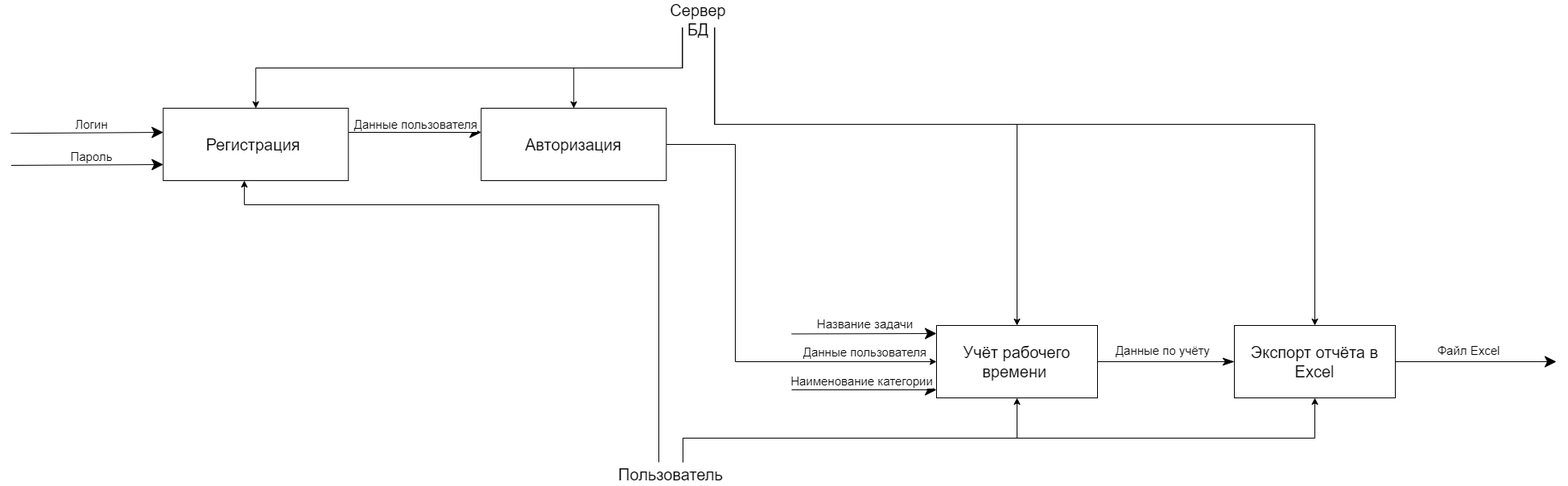
Before: Функциональная диаграмма.png, a diagram exported from draw.io (MgrDim/Time-tracking-app-project). Source tidied: cells renumbered, new cells last; positions are measured from the earlier drawing's top-left corner, leaving out a move shared by most shapes. The source it was exported from:
```xml
<mxGraphModel>
  <root>
    <mxCell id="0" />
    <mxCell id="1" parent="0" />
    <mxCell id="2" style="endArrow=classic;endFill=1;endSize=12;html=1;rounded=0;entryX=-0.003;entryY=0.388;entryDx=0;entryDy=0;entryPerimeter=0;" parent="1" edge="1">
      <mxGeometry relative="1" as="geometry">
        <mxPoint y="151.2" as="sourcePoint" />
        <mxPoint x="189.3" y="150" as="targetPoint" />
      </mxGeometry>
    </mxCell>
    <mxCell id="3" value="&lt;font style=&quot;font-size: 15px;&quot;&gt;Логин&lt;/font&gt;" style="edgeLabel;html=1;align=center;verticalAlign=middle;" parent="2" vertex="1">
      <mxGeometry x="0.06" y="5" relative="1" as="geometry">
        <mxPoint x="-1" y="-6" as="offset" />
      </mxGeometry>
    </mxCell>
    <mxCell id="4" style="endArrow=classic;endFill=1;endSize=12;html=1;rounded=0;entryX=-0.003;entryY=0.388;entryDx=0;entryDy=0;entryPerimeter=0;" parent="1" edge="1">
      <mxGeometry relative="1" as="geometry">
        <mxPoint x="0.3" y="191" as="sourcePoint" />
        <mxPoint x="189.3" y="190" as="targetPoint" />
      </mxGeometry>
    </mxCell>
    <mxCell id="5" value="&lt;font style=&quot;font-size: 15px;&quot;&gt;Пароль&lt;/font&gt;" style="edgeLabel;html=1;align=center;verticalAlign=middle;" parent="4" vertex="1">
      <mxGeometry x="-0.03" y="4" relative="1" as="geometry">
        <mxPoint x="7" y="-7" as="offset" />
      </mxGeometry>
    </mxCell>
    <mxCell id="6" style="edgeStyle=orthogonalEdgeStyle;rounded=0;jettySize=auto;html=1;exitX=1;exitY=0.5;exitDx=0;exitDy=0;entryX=0;entryY=0.5;entryDx=0;entryDy=0;" parent="1" edge="1" source="8" target="11">
      <mxGeometry relative="1" as="geometry">
        <Array as="points">
          <mxPoint x="900" y="165" />
          <mxPoint x="900" y="435" />
        </Array>
      </mxGeometry>
    </mxCell>
    <mxCell id="7" value="&lt;font style=&quot;font-size: 15px;&quot;&gt;Данные пользователя&lt;/font&gt;" style="edgeLabel;html=1;align=center;verticalAlign=middle;" parent="6" vertex="1">
      <mxGeometry x="0.71" relative="1" as="geometry">
        <mxPoint x="-1" y="-13" as="offset" />
      </mxGeometry>
    </mxCell>
    <mxCell id="8" value="&lt;font style=&quot;font-size: 20px;&quot;&gt;Авторизация&lt;/font&gt;" style="html=1;whiteSpace=wrap;" parent="1" vertex="1">
      <mxGeometry x="584.3" y="120" width="230" height="90" as="geometry" />
    </mxCell>
    <mxCell id="9" style="endArrow=classic;endFill=1;endSize=12;html=1;rounded=0;entryX=0;entryY=0.5;entryDx=0;entryDy=0;exitX=1;exitY=0.5;exitDx=0;exitDy=0;" parent="1" edge="1">
      <mxGeometry relative="1" as="geometry">
        <mxPoint x="419.3" y="150" as="sourcePoint" />
        <mxPoint x="584.3" y="150" as="targetPoint" />
      </mxGeometry>
    </mxCell>
    <mxCell id="10" value="&lt;font style=&quot;font-size: 15px;&quot;&gt;Данные пользователя&lt;/font&gt;" style="edgeLabel;html=1;align=center;verticalAlign=middle;" parent="9" vertex="1">
      <mxGeometry x="-0.25" y="-1" relative="1" as="geometry">
        <mxPoint x="21" y="-12" as="offset" />
      </mxGeometry>
    </mxCell>
    <mxCell id="11" value="&lt;font style=&quot;font-size: 20px;&quot;&gt;Учёт рабочего времени&amp;nbsp;&lt;/font&gt;" style="html=1;whiteSpace=wrap;" parent="1" vertex="1">
      <mxGeometry x="1150" y="390" width="200" height="90" as="geometry" />
    </mxCell>
    <mxCell id="12" style="endArrow=classic;endFill=1;endSize=12;html=1;rounded=0;entryX=0;entryY=0.25;entryDx=0;entryDy=0;" parent="1" edge="1">
      <mxGeometry relative="1" as="geometry">
        <mxPoint x="970" y="400.5" as="sourcePoint" />
        <mxPoint x="1150" y="400" as="targetPoint" />
      </mxGeometry>
    </mxCell>
    <mxCell id="13" value="&lt;font style=&quot;font-size: 15px;&quot;&gt;Название задачи&lt;/font&gt;" style="edgeLabel;html=1;align=center;verticalAlign=middle;" parent="12" vertex="1">
      <mxGeometry x="-0.41" y="-3" relative="1" as="geometry">
        <mxPoint x="37" y="-16" as="offset" />
      </mxGeometry>
    </mxCell>
    <mxCell id="14" style="endArrow=classic;endFill=1;endSize=12;html=1;rounded=0;entryX=0;entryY=0.5;entryDx=0;entryDy=0;" parent="1" edge="1">
      <mxGeometry relative="1" as="geometry">
        <mxPoint x="970" y="470" as="sourcePoint" />
        <mxPoint x="1150" y="470" as="targetPoint" />
      </mxGeometry>
    </mxCell>
    <mxCell id="15" value="&lt;font style=&quot;font-size: 15px;&quot;&gt;Наименование категории&lt;/font&gt;" style="edgeLabel;html=1;align=center;verticalAlign=middle;" parent="14" vertex="1">
      <mxGeometry x="-0.14" y="-1" relative="1" as="geometry">
        <mxPoint x="9" y="-13" as="offset" />
      </mxGeometry>
    </mxCell>
    <mxCell id="16" style="endArrow=classicThin;endFill=1;endSize=12;html=1;rounded=0;exitX=1;exitY=0.5;exitDx=0;exitDy=0;entryX=0;entryY=0.5;entryDx=0;entryDy=0;" parent="1" edge="1" source="11" target="18">
      <mxGeometry relative="1" as="geometry" />
    </mxCell>
    <mxCell id="17" value="&lt;font style=&quot;font-size: 15px;&quot;&gt;Данные по учёту&lt;/font&gt;" style="edgeLabel;html=1;align=center;verticalAlign=middle;" parent="16" vertex="1">
      <mxGeometry x="-0.34" relative="1" as="geometry">
        <mxPoint x="24" y="-15" as="offset" />
      </mxGeometry>
    </mxCell>
    <mxCell id="18" value="&lt;font style=&quot;font-size: 20px;&quot;&gt;Экспорт отчёта в Excel&lt;/font&gt;" style="html=1;whiteSpace=wrap;" parent="1" vertex="1">
      <mxGeometry x="1520" y="390" width="200" height="90" as="geometry" />
    </mxCell>
    <mxCell id="19" style="endArrow=classic;endFill=1;endSize=12;html=1;rounded=0;exitX=1;exitY=0.5;exitDx=0;exitDy=0;" parent="1" edge="1" source="18">
      <mxGeometry relative="1" as="geometry">
        <mxPoint x="1920" y="435" as="targetPoint" />
      </mxGeometry>
    </mxCell>
    <mxCell id="20" value="&lt;font style=&quot;font-size: 15px;&quot;&gt;Файл Excel&lt;/font&gt;" style="edgeLabel;html=1;align=center;verticalAlign=middle;" parent="19" vertex="1">
      <mxGeometry x="-0.09" relative="1" as="geometry">
        <mxPoint x="-1" y="-15" as="offset" />
      </mxGeometry>
    </mxCell>
    <mxCell id="21" value="&lt;font style=&quot;font-size: 20px;&quot;&gt;Регистрация&amp;nbsp;&lt;/font&gt;" style="html=1;whiteSpace=wrap;" parent="1" vertex="1">
      <mxGeometry x="189.3" y="120" width="230" height="90" as="geometry" />
    </mxCell>
    <mxCell id="22" style="edgeStyle=orthogonalEdgeStyle;rounded=0;jettySize=auto;html=1;entryX=0.5;entryY=0;entryDx=0;entryDy=0;exitX=0.25;exitY=1;exitDx=0;exitDy=0;" parent="1" edge="1" source="26" target="21">
      <mxGeometry relative="1" as="geometry" />
    </mxCell>
    <mxCell id="23" style="edgeStyle=orthogonalEdgeStyle;rounded=0;jettySize=auto;html=1;exitX=0.25;exitY=1;exitDx=0;exitDy=0;entryX=0.5;entryY=0;entryDx=0;entryDy=0;" parent="1" edge="1" source="26" target="8">
      <mxGeometry relative="1" as="geometry" />
    </mxCell>
    <mxCell id="24" style="edgeStyle=orthogonalEdgeStyle;rounded=0;jettySize=auto;html=1;exitX=0.75;exitY=1;exitDx=0;exitDy=0;entryX=0.5;entryY=0;entryDx=0;entryDy=0;" parent="1" edge="1" source="26" target="11">
      <mxGeometry relative="1" as="geometry">
        <Array as="points">
          <mxPoint x="874" y="140" />
          <mxPoint x="1250" y="140" />
        </Array>
      </mxGeometry>
    </mxCell>
    <mxCell id="25" style="edgeStyle=orthogonalEdgeStyle;rounded=0;jettySize=auto;html=1;exitX=0.75;exitY=1;exitDx=0;exitDy=0;entryX=0.5;entryY=0;entryDx=0;entryDy=0;" parent="1" edge="1" source="26" target="18">
      <mxGeometry relative="1" as="geometry">
        <Array as="points">
          <mxPoint x="874" y="140" />
          <mxPoint x="1620" y="140" />
        </Array>
      </mxGeometry>
    </mxCell>
    <mxCell id="26" value="&lt;font style=&quot;font-size: 20px;&quot;&gt;Сервер БД&lt;/font&gt;" style="text;html=1;strokeColor=none;fillColor=none;align=center;verticalAlign=middle;whiteSpace=wrap;rounded=0;" parent="1" vertex="1">
      <mxGeometry x="814.3" width="80" height="20" as="geometry" />
    </mxCell>
    <mxCell id="27" style="edgeStyle=orthogonalEdgeStyle;rounded=0;jettySize=auto;html=1;exitX=0.75;exitY=0;exitDx=0;exitDy=0;entryX=0.5;entryY=1;entryDx=0;entryDy=0;" parent="1" edge="1" source="29" target="11">
      <mxGeometry relative="1" as="geometry">
        <Array as="points">
          <mxPoint x="835" y="530" />
          <mxPoint x="1250" y="530" />
        </Array>
      </mxGeometry>
    </mxCell>
    <mxCell id="28" style="edgeStyle=orthogonalEdgeStyle;rounded=0;jettySize=auto;html=1;exitX=0.75;exitY=0;exitDx=0;exitDy=0;entryX=0.5;entryY=1;entryDx=0;entryDy=0;" parent="1" edge="1" source="29" target="18">
      <mxGeometry relative="1" as="geometry">
        <Array as="points">
          <mxPoint x="835" y="530" />
          <mxPoint x="1620" y="530" />
        </Array>
      </mxGeometry>
    </mxCell>
    <mxCell id="29" value="&lt;font style=&quot;font-size: 20px;&quot;&gt;Пользователь&lt;/font&gt;" style="text;html=1;strokeColor=none;fillColor=none;align=center;verticalAlign=middle;whiteSpace=wrap;rounded=0;" parent="1" vertex="1">
      <mxGeometry x="790" y="560" width="60" height="30" as="geometry" />
    </mxCell>
    <mxCell id="30" style="edgeStyle=orthogonalEdgeStyle;rounded=0;jettySize=auto;html=1;exitX=0.25;exitY=0;exitDx=0;exitDy=0;entryX=0.438;entryY=1;entryDx=0;entryDy=0;entryPerimeter=0;" parent="1" edge="1" source="29" target="21">
      <mxGeometry relative="1" as="geometry">
        <Array as="points">
          <mxPoint x="805" y="240" />
          <mxPoint x="290" y="240" />
        </Array>
      </mxGeometry>
    </mxCell>
  </root>
</mxGraphModel>
```
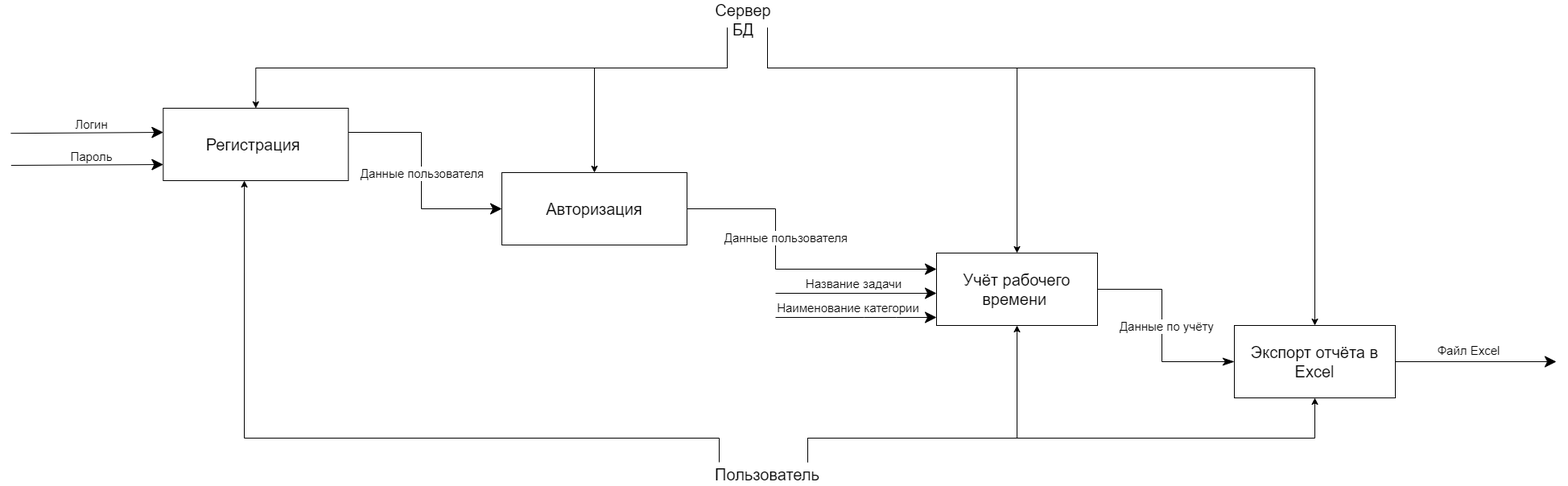
Above is the later version.

What changed in the source:
```diff
@@ -24,40 +24,30 @@
         <mxPoint x="7" y="-7" as="offset" />
       </mxGeometry>
     </mxCell>
-    <mxCell id="6" style="edgeStyle=orthogonalEdgeStyle;rounded=0;jettySize=auto;html=1;exitX=1;exitY=0.5;exitDx=0;exitDy=0;entryX=0;entryY=0.5;entryDx=0;entryDy=0;" parent="1" edge="1" source="8" target="11">
-      <mxGeometry relative="1" as="geometry">
-        <Array as="points">
-          <mxPoint x="900" y="165" />
-          <mxPoint x="900" y="435" />
-        </Array>
-      </mxGeometry>
-    </mxCell>
-    <mxCell id="7" value="&lt;font style=&quot;font-size: 15px;&quot;&gt;Данные пользователя&lt;/font&gt;" style="edgeLabel;html=1;align=center;verticalAlign=middle;" parent="6" vertex="1">
-      <mxGeometry x="0.71" relative="1" as="geometry">
-        <mxPoint x="-1" y="-13" as="offset" />
-      </mxGeometry>
-    </mxCell>
     <mxCell id="8" value="&lt;font style=&quot;font-size: 20px;&quot;&gt;Авторизация&lt;/font&gt;" style="html=1;whiteSpace=wrap;" parent="1" vertex="1">
-      <mxGeometry x="584.3" y="120" width="230" height="90" as="geometry" />
+      <mxGeometry x="610" y="200" width="230" height="90" as="geometry" />
     </mxCell>
-    <mxCell id="9" style="endArrow=classic;endFill=1;endSize=12;html=1;rounded=0;entryX=0;entryY=0.5;entryDx=0;entryDy=0;exitX=1;exitY=0.5;exitDx=0;exitDy=0;" parent="1" edge="1">
+    <mxCell id="9" style="endArrow=classic;endFill=1;endSize=12;html=1;rounded=0;exitX=1;exitY=0.5;exitDx=0;exitDy=0;entryX=0;entryY=0.5;entryDx=0;entryDy=0;" parent="1" edge="1" target="8">
       <mxGeometry relative="1" as="geometry">
         <mxPoint x="419.3" y="150" as="sourcePoint" />
-        <mxPoint x="584.3" y="150" as="targetPoint" />
+        <Array as="points">
+          <mxPoint x="510" y="150" />
+          <mxPoint x="510" y="245" />
+        </Array>
       </mxGeometry>
     </mxCell>
     <mxCell id="10" value="&lt;font style=&quot;font-size: 15px;&quot;&gt;Данные пользователя&lt;/font&gt;" style="edgeLabel;html=1;align=center;verticalAlign=middle;" parent="9" vertex="1">
       <mxGeometry x="-0.25" y="-1" relative="1" as="geometry">
-        <mxPoint x="21" y="-12" as="offset" />
+        <mxPoint x="1" y="34" as="offset" />
       </mxGeometry>
     </mxCell>
     <mxCell id="11" value="&lt;font style=&quot;font-size: 20px;&quot;&gt;Учёт рабочего времени&amp;nbsp;&lt;/font&gt;" style="html=1;whiteSpace=wrap;" parent="1" vertex="1">
-      <mxGeometry x="1150" y="390" width="200" height="90" as="geometry" />
+      <mxGeometry x="1150" y="300" width="200" height="90" as="geometry" />
     </mxCell>
     <mxCell id="12" style="endArrow=classic;endFill=1;endSize=12;html=1;rounded=0;entryX=0;entryY=0.25;entryDx=0;entryDy=0;" parent="1" edge="1">
       <mxGeometry relative="1" as="geometry">
-        <mxPoint x="970" y="400.5" as="sourcePoint" />
-        <mxPoint x="1150" y="400" as="targetPoint" />
+        <mxPoint x="950" y="350" as="sourcePoint" />
+        <mxPoint x="1150" y="350" as="targetPoint" />
       </mxGeometry>
     </mxCell>
     <mxCell id="13" value="&lt;font style=&quot;font-size: 15px;&quot;&gt;Название задачи&lt;/font&gt;" style="edgeLabel;html=1;align=center;verticalAlign=middle;" parent="12" vertex="1">
@@ -67,21 +57,30 @@
     </mxCell>
     <mxCell id="14" style="endArrow=classic;endFill=1;endSize=12;html=1;rounded=0;entryX=0;entryY=0.5;entryDx=0;entryDy=0;" parent="1" edge="1">
       <mxGeometry relative="1" as="geometry">
-        <mxPoint x="970" y="470" as="sourcePoint" />
-        <mxPoint x="1150" y="470" as="targetPoint" />
+        <mxPoint x="950" y="380" as="sourcePoint" />
+        <mxPoint x="1150" y="380" as="targetPoint" />
+        <Array as="points">
+          <mxPoint x="1060" y="380" />
+          <mxPoint x="1100" y="380" />
+        </Array>
       </mxGeometry>
     </mxCell>
     <mxCell id="15" value="&lt;font style=&quot;font-size: 15px;&quot;&gt;Наименование категории&lt;/font&gt;" style="edgeLabel;html=1;align=center;verticalAlign=middle;" parent="14" vertex="1">
       <mxGeometry x="-0.14" y="-1" relative="1" as="geometry">
-        <mxPoint x="9" y="-13" as="offset" />
+        <mxPoint x="3" y="-14" as="offset" />
       </mxGeometry>
     </mxCell>
     <mxCell id="16" style="endArrow=classicThin;endFill=1;endSize=12;html=1;rounded=0;exitX=1;exitY=0.5;exitDx=0;exitDy=0;entryX=0;entryY=0.5;entryDx=0;entryDy=0;" parent="1" edge="1" source="11" target="18">
-      <mxGeometry relative="1" as="geometry" />
+      <mxGeometry relative="1" as="geometry">
+        <Array as="points">
+          <mxPoint x="1430" y="345" />
+          <mxPoint x="1430" y="435" />
+        </Array>
+      </mxGeometry>
     </mxCell>
     <mxCell id="17" value="&lt;font style=&quot;font-size: 15px;&quot;&gt;Данные по учёту&lt;/font&gt;" style="edgeLabel;html=1;align=center;verticalAlign=middle;" parent="16" vertex="1">
       <mxGeometry x="-0.34" relative="1" as="geometry">
-        <mxPoint x="24" y="-15" as="offset" />
+        <mxPoint x="5" y="39" as="offset" />
       </mxGeometry>
     </mxCell>
     <mxCell id="18" value="&lt;font style=&quot;font-size: 20px;&quot;&gt;Экспорт отчёта в Excel&lt;/font&gt;" style="html=1;whiteSpace=wrap;" parent="1" vertex="1">
@@ -100,57 +99,95 @@
     <mxCell id="21" value="&lt;font style=&quot;font-size: 20px;&quot;&gt;Регистрация&amp;nbsp;&lt;/font&gt;" style="html=1;whiteSpace=wrap;" parent="1" vertex="1">
       <mxGeometry x="189.3" y="120" width="230" height="90" as="geometry" />
     </mxCell>
-    <mxCell id="22" style="edgeStyle=orthogonalEdgeStyle;rounded=0;jettySize=auto;html=1;entryX=0.5;entryY=0;entryDx=0;entryDy=0;exitX=0.25;exitY=1;exitDx=0;exitDy=0;" parent="1" edge="1" source="26" target="21">
-      <mxGeometry relative="1" as="geometry" />
+    <mxCell id="22" style="edgeStyle=orthogonalEdgeStyle;rounded=0;jettySize=auto;html=1;entryX=0.5;entryY=0;entryDx=0;entryDy=0;" parent="1" edge="1" target="21">
+      <mxGeometry relative="1" as="geometry">
+        <mxPoint x="890" y="20" as="sourcePoint" />
+        <Array as="points">
+          <mxPoint x="890" y="20" />
+          <mxPoint x="890" y="70" />
+          <mxPoint x="304" y="70" />
+        </Array>
+      </mxGeometry>
     </mxCell>
-    <mxCell id="23" style="edgeStyle=orthogonalEdgeStyle;rounded=0;jettySize=auto;html=1;exitX=0.25;exitY=1;exitDx=0;exitDy=0;entryX=0.5;entryY=0;entryDx=0;entryDy=0;" parent="1" edge="1" source="26" target="8">
-      <mxGeometry relative="1" as="geometry" />
+    <mxCell id="23" style="edgeStyle=orthogonalEdgeStyle;rounded=0;jettySize=auto;html=1;entryX=0.5;entryY=0;entryDx=0;entryDy=0;" parent="1" edge="1" target="8">
+      <mxGeometry relative="1" as="geometry">
+        <mxPoint x="890" y="20" as="sourcePoint" />
+        <Array as="points">
+          <mxPoint x="890" y="70" />
+          <mxPoint x="725" y="70" />
+        </Array>
+      </mxGeometry>
     </mxCell>
-    <mxCell id="24" style="edgeStyle=orthogonalEdgeStyle;rounded=0;jettySize=auto;html=1;exitX=0.75;exitY=1;exitDx=0;exitDy=0;entryX=0.5;entryY=0;entryDx=0;entryDy=0;" parent="1" edge="1" source="26" target="11">
+    <mxCell id="24" style="edgeStyle=orthogonalEdgeStyle;rounded=0;jettySize=auto;html=1;entryX=0.5;entryY=0;entryDx=0;entryDy=0;" parent="1" edge="1" target="11">
       <mxGeometry relative="1" as="geometry">
+        <mxPoint x="940" y="20" as="sourcePoint" />
         <Array as="points">
-          <mxPoint x="874" y="140" />
-          <mxPoint x="1250" y="140" />
+          <mxPoint x="940" y="70" />
+          <mxPoint x="1250" y="70" />
         </Array>
       </mxGeometry>
     </mxCell>
-    <mxCell id="25" style="edgeStyle=orthogonalEdgeStyle;rounded=0;jettySize=auto;html=1;exitX=0.75;exitY=1;exitDx=0;exitDy=0;entryX=0.5;entryY=0;entryDx=0;entryDy=0;" parent="1" edge="1" source="26" target="18">
+    <mxCell id="25" style="edgeStyle=orthogonalEdgeStyle;rounded=0;jettySize=auto;html=1;entryX=0.5;entryY=0;entryDx=0;entryDy=0;" parent="1" edge="1" target="18">
       <mxGeometry relative="1" as="geometry">
+        <mxPoint x="940" y="20" as="sourcePoint" />
         <Array as="points">
-          <mxPoint x="874" y="140" />
-          <mxPoint x="1620" y="140" />
+          <mxPoint x="940" y="20" />
+          <mxPoint x="940" y="70" />
+          <mxPoint x="1620" y="70" />
         </Array>
       </mxGeometry>
     </mxCell>
     <mxCell id="26" value="&lt;font style=&quot;font-size: 20px;&quot;&gt;Сервер БД&lt;/font&gt;" style="text;html=1;strokeColor=none;fillColor=none;align=center;verticalAlign=middle;whiteSpace=wrap;rounded=0;" parent="1" vertex="1">
-      <mxGeometry x="814.3" width="80" height="20" as="geometry" />
+      <mxGeometry x="870" width="80" height="20" as="geometry" />
     </mxCell>
-    <mxCell id="27" style="edgeStyle=orthogonalEdgeStyle;rounded=0;jettySize=auto;html=1;exitX=0.75;exitY=0;exitDx=0;exitDy=0;entryX=0.5;entryY=1;entryDx=0;entryDy=0;" parent="1" edge="1" source="29" target="11">
+    <mxCell id="27" style="edgeStyle=orthogonalEdgeStyle;rounded=0;orthogonalLoop=1;jettySize=auto;html=1;" parent="1" edge="1">
       <mxGeometry relative="1" as="geometry">
+        <mxPoint x="990" y="560" as="sourcePoint" />
+        <mxPoint x="1250" y="390" as="targetPoint" />
         <Array as="points">
-          <mxPoint x="835" y="530" />
+          <mxPoint x="990" y="530" />
           <mxPoint x="1250" y="530" />
+          <mxPoint x="1250" y="390" />
         </Array>
       </mxGeometry>
     </mxCell>
-    <mxCell id="28" style="edgeStyle=orthogonalEdgeStyle;rounded=0;jettySize=auto;html=1;exitX=0.75;exitY=0;exitDx=0;exitDy=0;entryX=0.5;entryY=1;entryDx=0;entryDy=0;" parent="1" edge="1" source="29" target="18">
+    <mxCell id="28" style="edgeStyle=orthogonalEdgeStyle;rounded=0;orthogonalLoop=1;jettySize=auto;html=1;entryX=0.5;entryY=1;entryDx=0;entryDy=0;" parent="1" edge="1">
       <mxGeometry relative="1" as="geometry">
+        <mxPoint x="990" y="560" as="sourcePoint" />
+        <mxPoint x="1620" y="480" as="targetPoint" />
         <Array as="points">
-          <mxPoint x="835" y="530" />
+          <mxPoint x="990" y="560" />
+          <mxPoint x="990" y="530" />
           <mxPoint x="1620" y="530" />
         </Array>
       </mxGeometry>
     </mxCell>
     <mxCell id="29" value="&lt;font style=&quot;font-size: 20px;&quot;&gt;Пользователь&lt;/font&gt;" style="text;html=1;strokeColor=none;fillColor=none;align=center;verticalAlign=middle;whiteSpace=wrap;rounded=0;" parent="1" vertex="1">
-      <mxGeometry x="790" y="560" width="60" height="30" as="geometry" />
+      <mxGeometry x="910" y="560" width="60" height="30" as="geometry" />
     </mxCell>
-    <mxCell id="30" style="edgeStyle=orthogonalEdgeStyle;rounded=0;jettySize=auto;html=1;exitX=0.25;exitY=0;exitDx=0;exitDy=0;entryX=0.438;entryY=1;entryDx=0;entryDy=0;entryPerimeter=0;" parent="1" edge="1" source="29" target="21">
+    <mxCell id="30" style="edgeStyle=orthogonalEdgeStyle;rounded=0;jettySize=auto;html=1;entryX=0.438;entryY=1;entryDx=0;entryDy=0;entryPerimeter=0;" parent="1" edge="1" target="21">
       <mxGeometry relative="1" as="geometry">
+        <mxPoint x="880" y="560" as="sourcePoint" />
         <Array as="points">
-          <mxPoint x="805" y="240" />
-          <mxPoint x="290" y="240" />
+          <mxPoint x="880" y="560" />
+          <mxPoint x="880" y="530" />
+          <mxPoint x="290" y="530" />
         </Array>
       </mxGeometry>
     </mxCell>
+    <mxCell id="31" style="endArrow=classic;endFill=1;endSize=12;html=1;rounded=0;exitX=1;exitY=0.5;exitDx=0;exitDy=0;" parent="1" edge="1" source="8">
+      <mxGeometry relative="1" as="geometry">
+        <mxPoint x="1150" y="320" as="targetPoint" />
+        <Array as="points">
+          <mxPoint x="950" y="245" />
+          <mxPoint x="950" y="320" />
+        </Array>
+      </mxGeometry>
+    </mxCell>
+    <mxCell id="7" value="&lt;font style=&quot;font-size: 15px;&quot;&gt;Данные пользователя&lt;/font&gt;" style="edgeLabel;html=1;align=center;verticalAlign=middle;" parent="31" vertex="1">
+      <mxGeometry x="-0.41" y="-3" relative="1" as="geometry">
+        <mxPoint x="15" y="32" as="offset" />
+      </mxGeometry>
+    </mxCell>
   </root>
 </mxGraphModel>
```
